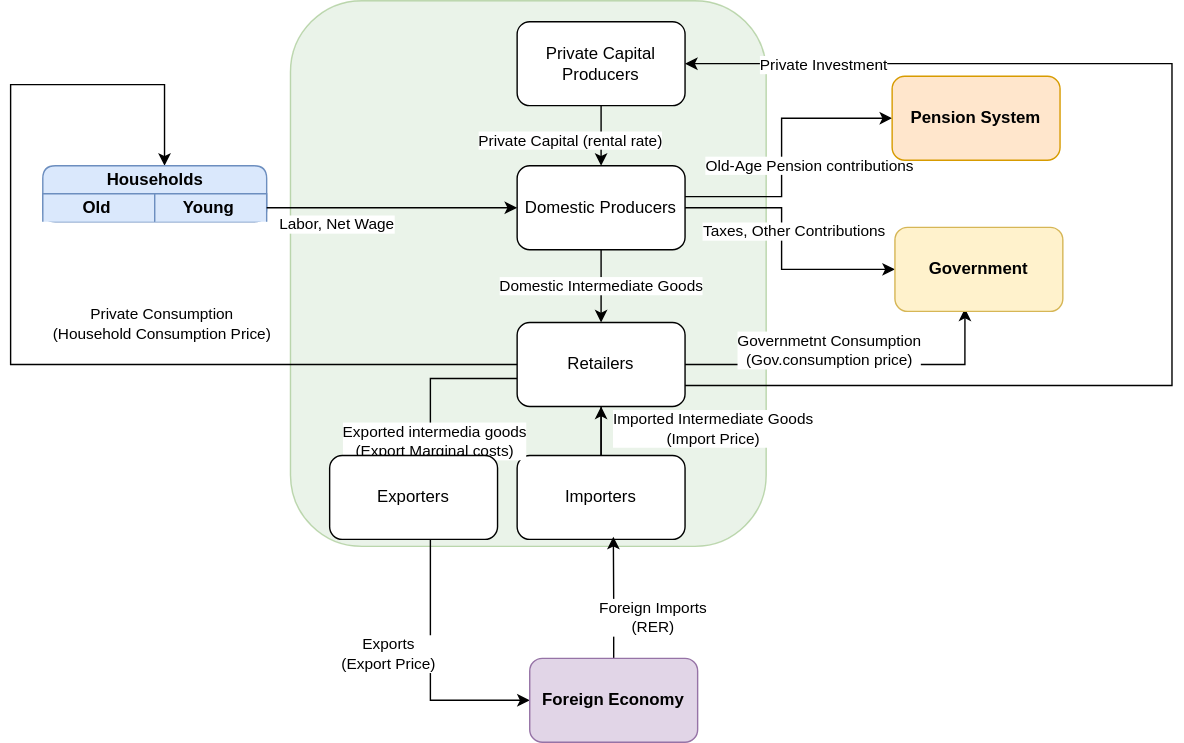
Earlier version of the draw.io export ogre/firms_reduced.drawio.svg (zuzancek/schemes). Source tidied: cells renumbered, new cells last; positions are measured from the earlier drawing's top-left corner, leaving out a move shared by most shapes.
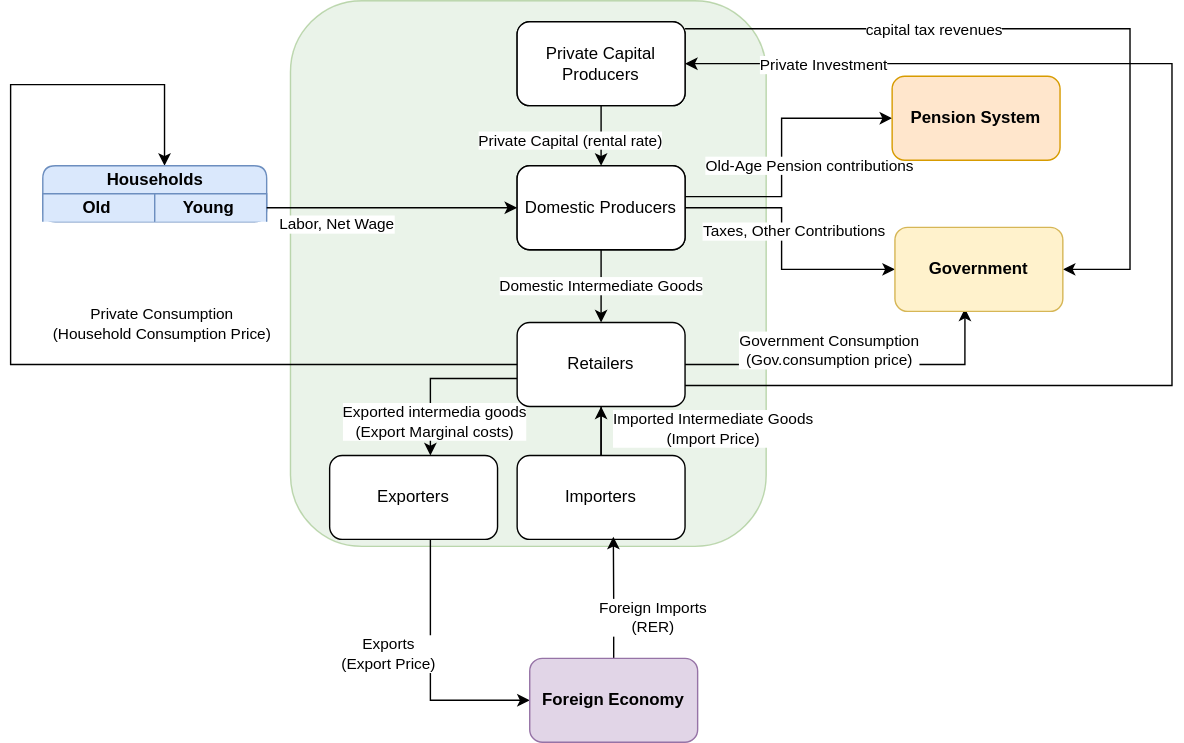
The same diagram one commit later.

Change to the diagram source:
```diff
@@ -13,6 +13,17 @@
         </Array>
       </mxGeometry>
     </mxCell>
+    <mxCell id="31" style="edgeStyle=orthogonalEdgeStyle;rounded=0;jettySize=auto;html=1;entryX=1;entryY=0.5;entryDx=0;entryDy=0;" parent="1" edge="1" source="4" target="29">
+      <mxGeometry relative="1" as="geometry">
+        <Array as="points">
+          <mxPoint x="800" y="20" />
+          <mxPoint x="800" y="192" />
+        </Array>
+      </mxGeometry>
+    </mxCell>
+    <mxCell id="32" value="capital tax revenues" style="edgeLabel;html=1;align=center;verticalAlign=middle;" parent="31" vertex="1">
+      <mxGeometry x="-0.34" relative="1" as="geometry" />
+    </mxCell>
     <mxCell id="4" value="Private Capital Producers" style="rounded=1;whiteSpace=wrap;html=1;" parent="1" vertex="1">
       <mxGeometry x="362" y="15" width="120" height="60" as="geometry" />
     </mxCell>
@@ -78,9 +89,11 @@
       </mxGeometry>
     </mxCell>
     <mxCell id="16" value="Exported intermedia goods&lt;br&gt;(Export Marginal costs)" style="edgeLabel;html=1;align=center;verticalAlign=middle;" parent="15" vertex="1">
-      <mxGeometry x="0.81" y="2" relative="1" as="geometry" />
+      <mxGeometry x="0.81" y="2" relative="1" as="geometry">
+        <mxPoint y="-14" as="offset" />
+      </mxGeometry>
     </mxCell>
-    <mxCell id="17" value="Governmetnt Consumption &lt;br&gt;(Gov.consumption price)" style="edgeStyle=orthogonalEdgeStyle;rounded=0;jettySize=auto;html=1;entryX=0.417;entryY=0.967;entryDx=0;entryDy=0;entryPerimeter=0;" parent="1" edge="1" source="18" target="29">
+    <mxCell id="17" value="Government Consumption &lt;br&gt;(Gov.consumption price)" style="edgeStyle=orthogonalEdgeStyle;rounded=0;jettySize=auto;html=1;entryX=0.417;entryY=0.967;entryDx=0;entryDy=0;entryPerimeter=0;" parent="1" edge="1" source="18" target="29">
       <mxGeometry x="-0.14" y="10" relative="1" as="geometry" />
     </mxCell>
     <mxCell id="18" value="Retailers" style="rounded=1;whiteSpace=wrap;html=1;" parent="1" vertex="1">
@@ -136,5 +149,11 @@
     <mxCell id="30" value="Pension System" style="rounded=1;whiteSpace=wrap;html=1;fillColor=#ffe6cc;strokeColor=#d79b00;fontStyle=1;" parent="1" vertex="1">
       <mxGeometry x="630" y="54" width="120" height="60" as="geometry" />
     </mxCell>
+    <mxCell id="33" value="Private Capital Producers" style="rounded=1;whiteSpace=wrap;html=1;" parent="1" vertex="1">
+      <mxGeometry x="362" y="15" width="120" height="60" as="geometry" />
+    </mxCell>
+    <mxCell id="34" value="Domestic Producers" style="rounded=1;whiteSpace=wrap;html=1;" parent="1" vertex="1">
+      <mxGeometry x="362" y="118" width="120" height="60" as="geometry" />
+    </mxCell>
   </root>
 </mxGraphModel>
```
